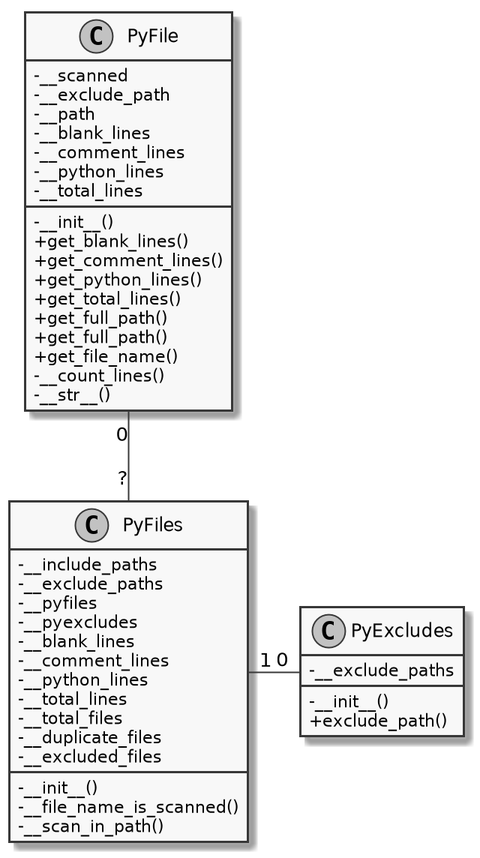
deadbok/eal_programming keeps this PlantUML diagram as ass13/handin/classes.png. Above is the earlier version.
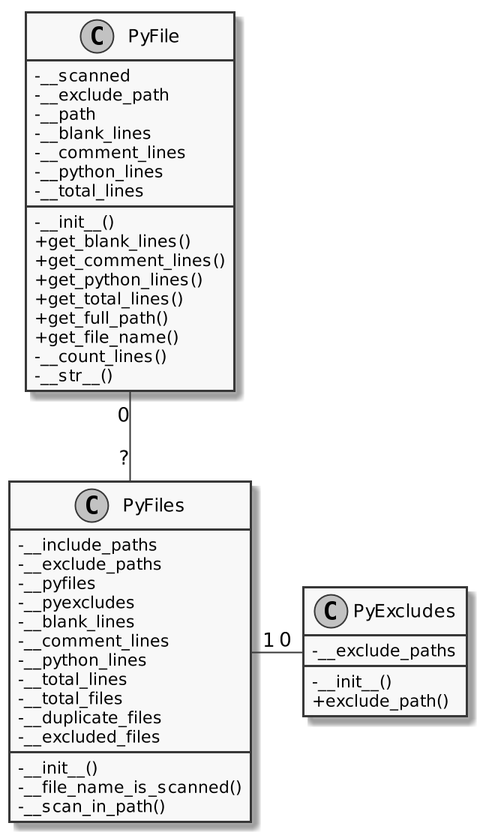
The same diagram one commit later.

What changed in the source:
```diff
@@ -29,7 +29,6 @@
 	+get_python_lines()
 	+get_total_lines()
 	+get_full_path()
-	+get_full_path()
 	+get_file_name()
 	-__count_lines()
 	-__str__()
```
